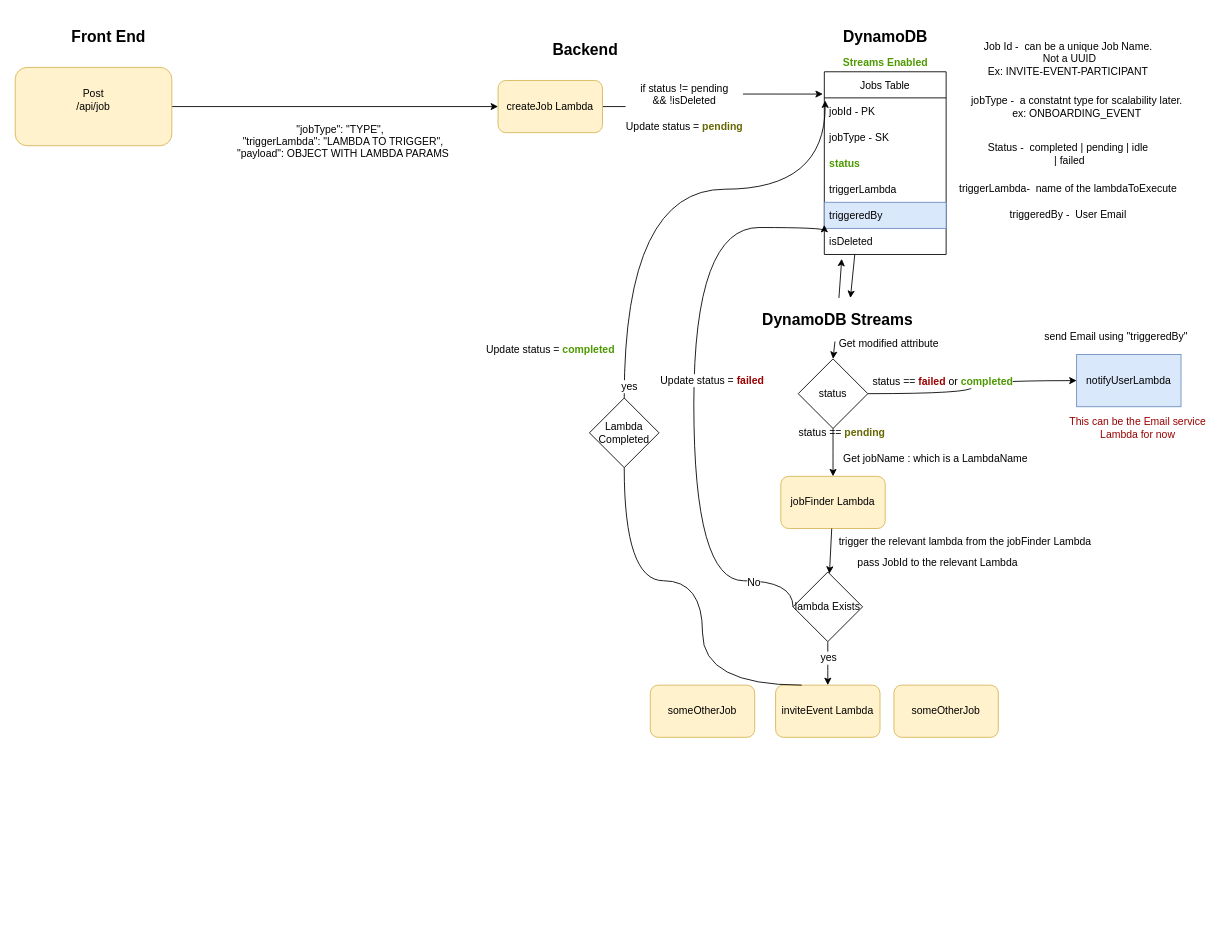
Above: Background Job Flow.drawio in heshanWick/superglu-diagrams (draw.io), before the change. Source tidied: cells renumbered, new cells numbered last; positions are measured from the earlier drawing's top-left corner, leaving out a move shared by most shapes. Both pictures are drawn from the tidied source at 87%, with x=0, y=0 at pixel (15, 15).
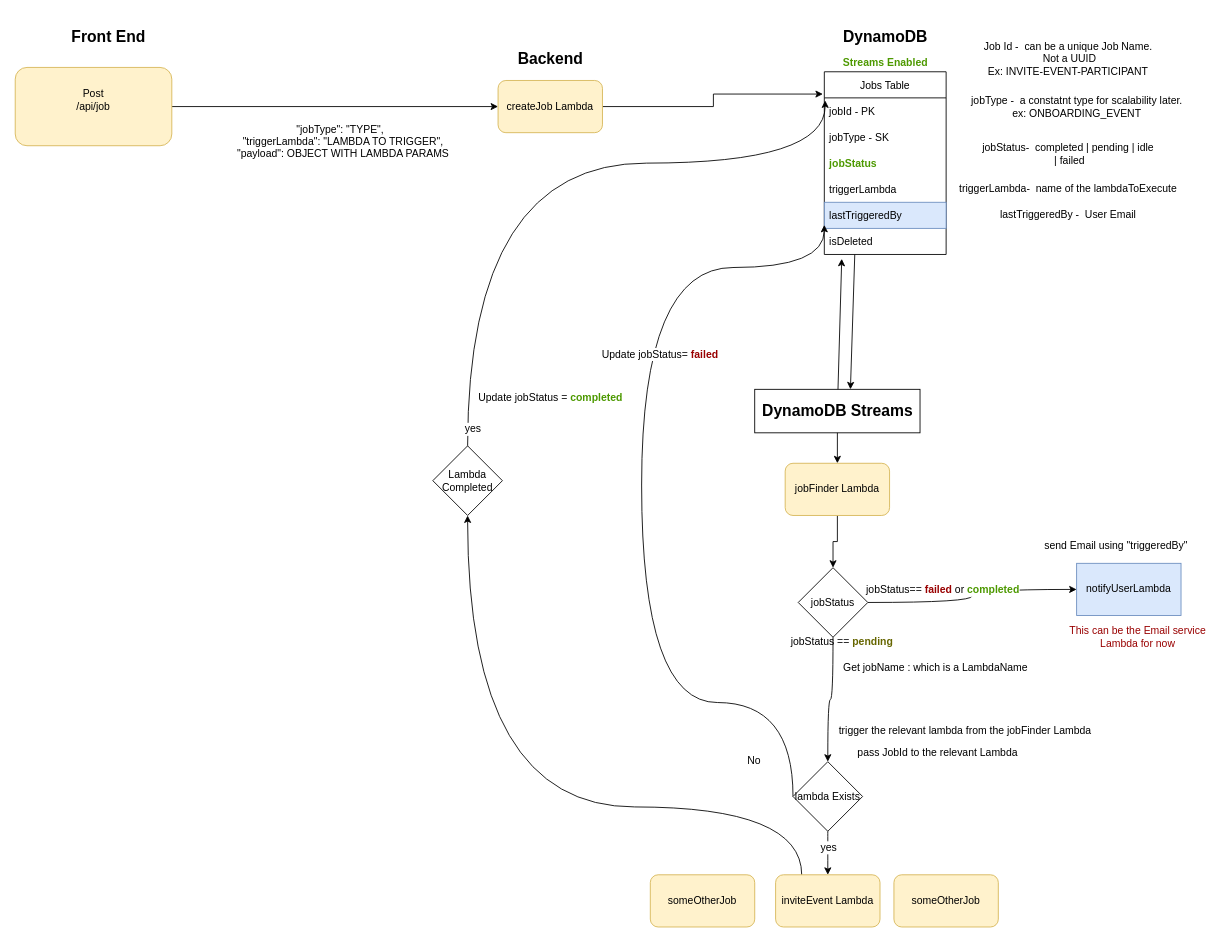
The same diagram, later.

The change refers to these unchanged cells:
```xml
<mxCell id="3" value="Jobs Table" style="swimlane;fontStyle=0;horizontal=1;startSize=30;" parent="1" vertex="1">
  <mxGeometry x="930" y="65" width="140" height="210" as="geometry" />
</mxCell>
<mxCell id="4" value="jobId - PK" style="text;strokeColor=none;fillColor=none;align=left;verticalAlign=middle;spacingLeft=4;spacingRight=4;overflow=hidden;points=[[0,0.5],[1,0.5]];portConstraint=eastwest;" parent="3" vertex="1">
  <mxGeometry y="30" width="140" height="30" as="geometry" />
</mxCell>
<mxCell id="9" value="isDeleted" style="text;strokeColor=none;fillColor=none;align=left;verticalAlign=middle;spacingLeft=4;spacingRight=4;overflow=hidden;points=[[0,0.5],[1,0.5]];portConstraint=eastwest;" parent="3" vertex="1">
  <mxGeometry y="180" width="140" height="30" as="geometry" />
</mxCell>
<mxCell id="13" style="edgeStyle=orthogonalEdgeStyle;rounded=0;jettySize=auto;html=1;fontSize=12;entryX=-0.012;entryY=0.122;entryDx=0;entryDy=0;entryPerimeter=0;" parent="1" edge="1" source="15" target="3">
  <mxGeometry relative="1" as="geometry" />
</mxCell>
<mxCell id="44" style="edgeStyle=orthogonalEdgeStyle;curved=1;rounded=0;jettySize=auto;html=1;fontSize=12;entryX=0;entryY=0.5;entryDx=0;entryDy=0;" parent="1" edge="1" source="46" target="48">
  <mxGeometry relative="1" as="geometry" />
</mxCell>
```

What changed in the source:
```diff
@@
-    <mxCell id="6" value="status" style="text;strokeColor=none;fillColor=none;align=left;verticalAlign=middle;spacingLeft=4;spacingRight=4;overflow=hidden;fontColor=#4D9900;fontStyle=1;" parent="3" vertex="1">
+    <mxCell id="6" value="jobStatus" style="text;strokeColor=none;fillColor=none;align=left;verticalAlign=middle;spacingLeft=4;spacingRight=4;overflow=hidden;fontColor=#4D9900;fontStyle=1;" parent="3" vertex="1">
       <mxGeometry y="90" width="140" height="30" as="geometry" />
     </mxCell>
@@
-    <mxCell id="8" value="triggeredBy" style="text;strokeColor=#6c8ebf;fillColor=#dae8fc;align=left;verticalAlign=middle;spacingLeft=4;spacingRight=4;overflow=hidden;" parent="3" vertex="1">
+    <mxCell id="8" value="lastTriggeredBy" style="text;strokeColor=#6c8ebf;fillColor=#dae8fc;align=left;verticalAlign=middle;spacingLeft=4;spacingRight=4;overflow=hidden;" parent="3" vertex="1">
       <mxGeometry y="150" width="140" height="30" as="geometry" />
     </mxCell>
@@
-    <mxCell id="11" value="&lt;h1 class=&quot;topictitle&quot; id=&quot;Streams&quot; style=&quot;font-size: 18px;&quot;&gt;DynamoDB Streams&lt;/h1&gt;" style="text;html=1;align=center;verticalAlign=middle;points=[];strokeColor=none;fillColor=none;fontSize=18;" parent="1" vertex="1">
-      <mxGeometry x="850" y="325" width="190" height="50" as="geometry" />
+    <mxCell id="11" value="&lt;h1 class=&quot;topictitle&quot; id=&quot;Streams&quot; style=&quot;font-size: 18px;&quot;&gt;DynamoDB Streams&lt;/h1&gt;" style="text;html=1;align=center;verticalAlign=middle;points=[];strokeColor=default;fillColor=none;fontSize=18;" parent="1" vertex="1">
+      <mxGeometry x="850" y="430" width="190" height="50" as="geometry" />
     </mxCell>
     <mxCell id="12" value="&lt;h1 class=&quot;topictitle&quot; id=&quot;Streams&quot; style=&quot;font-size: 18px&quot;&gt;Backend&lt;br&gt;&lt;/h1&gt;" style="text;html=1;align=center;verticalAlign=middle;strokeColor=none;fillColor=none;fontSize=18;" parent="1" vertex="1">
-      <mxGeometry x="610" y="15" width="90" height="50" as="geometry" />
+      <mxGeometry x="570" y="25" width="90" height="50" as="geometry" />
     </mxCell>
@@
-    <mxCell id="14" value="&lt;div&gt;if status != pending &lt;br&gt;&lt;/div&gt;&lt;div&gt;&amp;amp;&amp;amp; !isDeleted&lt;br&gt;&lt;/div&gt;&lt;div&gt;&lt;br&gt;&lt;/div&gt;&lt;div&gt;Update status = &lt;b&gt;&lt;font color=&quot;#666600&quot;&gt;pending&lt;/font&gt;&lt;/b&gt;&lt;br&gt;&lt;/div&gt;" style="edgeLabel;html=1;align=center;verticalAlign=middle;fontSize=12;" parent="13" vertex="1">
-      <mxGeometry x="-0.39" relative="1" as="geometry">
-        <mxPoint x="11" as="offset" />
-      </mxGeometry>
-    </mxCell>
@@
-    <mxCell id="17" value="&lt;div&gt;Status -&amp;nbsp; completed | pending | idle&lt;br&gt;&lt;/div&gt;&amp;nbsp;| failed" style="text;html=1;align=center;verticalAlign=middle;strokeColor=none;fillColor=none;fontSize=12;" parent="1" vertex="1">
-      <mxGeometry x="1110" y="145" width="200" height="30" as="geometry" />
+    <mxCell id="17" value="&lt;div&gt;jobStatus-&amp;nbsp; completed | pending | idle&lt;br&gt;&lt;/div&gt;&amp;nbsp;| failed" style="text;html=1;align=center;verticalAlign=middle;strokeColor=none;fillColor=none;fontSize=12;" parent="1" vertex="1">
+      <mxGeometry x="1100" y="145" width="220" height="30" as="geometry" />
     </mxCell>
@@
-    <mxCell id="21" value="Get modified attribute&lt;br&gt;&amp;nbsp;" style="text;html=1;align=left;verticalAlign=middle;strokeColor=none;fillColor=none;fontSize=12;" parent="1" vertex="1">
-      <mxGeometry x="945" y="370" width="130" height="30" as="geometry" />
-    </mxCell>
-    <mxCell id="22" value="jobFinder Lambda" style="rounded=1;whiteSpace=wrap;html=1;fontSize=12;fillColor=#fff2cc;strokeColor=#d6b656;" parent="1" vertex="1">
-      <mxGeometry x="880" y="530" width="120" height="60" as="geometry" />
-    </mxCell>
-    <mxCell id="23" style="endArrow=classic;html=1;rounded=0;fontSize=12;entryX=0.5;entryY=0;entryDx=0;entryDy=0;" parent="1" edge="1" source="11" target="46">
+    <mxCell id="23" style="endArrow=classic;html=1;rounded=0;fontSize=12;" parent="1" edge="1" source="11" target="22">
       <mxGeometry relative="1" as="geometry" />
     </mxCell>
@@
     <mxCell id="25" value="&lt;div&gt;Get jobName : which is a LambdaName&lt;br&gt;&lt;/div&gt;" style="text;html=1;align=left;verticalAlign=middle;strokeColor=none;fillColor=none;fontSize=12;" parent="1" vertex="1">
-      <mxGeometry x="950" y="500" width="240" height="20" as="geometry" />
+      <mxGeometry x="950" y="740" width="240" height="20" as="geometry" />
     </mxCell>
+    <mxCell id="56" style="edgeStyle=orthogonalEdgeStyle;rounded=0;jettySize=auto;html=1;exitX=0.25;exitY=0;exitDx=0;exitDy=0;entryX=0.5;entryY=1;entryDx=0;entryDy=0;curved=1;" parent="1" edge="1" source="26" target="33">
+      <mxGeometry relative="1" as="geometry">
+        <Array as="points">
+          <mxPoint x="904" y="910" />
+          <mxPoint x="520" y="910" />
+        </Array>
+      </mxGeometry>
+    </mxCell>
     <mxCell id="26" value="inviteEvent Lambda" style="rounded=1;whiteSpace=wrap;html=1;fontSize=12;fillColor=#fff2cc;strokeColor=#d6b656;" parent="1" vertex="1">
-      <mxGeometry x="874" y="770" width="120" height="60" as="geometry" />
+      <mxGeometry x="874" y="988" width="120" height="60" as="geometry" />
     </mxCell>
-    <mxCell id="27" style="endArrow=classic;html=1;rounded=0;fontSize=12;" parent="1" edge="1" source="22" target="41">
-      <mxGeometry relative="1" as="geometry" />
-    </mxCell>
     <mxCell id="28" value="trigger the relevant lambda from the jobFinder Lambda" style="text;html=1;align=left;verticalAlign=middle;strokeColor=none;fillColor=none;fontSize=12;" parent="1" vertex="1">
-      <mxGeometry x="945" y="595" width="310" height="20" as="geometry" />
+      <mxGeometry x="945" y="813" width="310" height="20" as="geometry" />
     </mxCell>
     <mxCell id="29" value="someOtherJob" style="rounded=1;whiteSpace=wrap;html=1;fontSize=12;fillColor=#fff2cc;strokeColor=#d6b656;" parent="1" vertex="1">
-      <mxGeometry x="730" y="770" width="120" height="60" as="geometry" />
+      <mxGeometry x="730" y="988" width="120" height="60" as="geometry" />
     </mxCell>
     <mxCell id="30" value="someOtherJob" style="rounded=1;whiteSpace=wrap;html=1;fontSize=12;fillColor=#fff2cc;strokeColor=#d6b656;" parent="1" vertex="1">
-      <mxGeometry x="1010" y="770" width="120" height="60" as="geometry" />
+      <mxGeometry x="1010" y="988" width="120" height="60" as="geometry" />
     </mxCell>
     <mxCell id="31" style="endArrow=classic;html=1;rounded=0;fontSize=12;exitX=0.5;exitY=0;exitDx=0;exitDy=0;edgeStyle=orthogonalEdgeStyle;curved=1;entryX=0.007;entryY=0.1;entryDx=0;entryDy=0;entryPerimeter=0;startArrow=none;" parent="1" edge="1" source="33" target="4">
       <mxGeometry relative="1" as="geometry">
         <Array as="points">
-          <mxPoint x="700" y="200" />
-          <mxPoint x="931" y="200" />
+          <mxPoint x="520" y="170" />
+          <mxPoint x="931" y="170" />
         </Array>
       </mxGeometry>
     </mxCell>
@@
     <mxCell id="33" value="&lt;div&gt;Lambda&lt;/div&gt;&lt;div&gt;Completed&lt;br&gt;&lt;/div&gt;" style="rhombus;whiteSpace=wrap;html=1;fontSize=12;" parent="1" vertex="1">
-      <mxGeometry x="660" y="440" width="80" height="80" as="geometry" />
+      <mxGeometry x="480" y="495" width="80" height="80" as="geometry" />
     </mxCell>
-    <mxCell id="34" style="endArrow=none;html=1;rounded=0;fontSize=12;exitX=0.25;exitY=0;exitDx=0;exitDy=0;edgeStyle=orthogonalEdgeStyle;curved=1;" parent="1" edge="1" source="26">
-      <mxGeometry relative="1" as="geometry">
-        <mxPoint x="700" y="520" as="targetPoint" />
-        <Array as="points">
-          <mxPoint x="790" y="770" />
-          <mxPoint x="790" y="650" />
-          <mxPoint x="700" y="650" />
-        </Array>
-      </mxGeometry>
-    </mxCell>
     <mxCell id="35" value="pass JobId to the relevant Lambda" style="text;html=1;align=center;verticalAlign=middle;strokeColor=none;fillColor=none;fontSize=12;" parent="1" vertex="1">
-      <mxGeometry x="960" y="620" width="200" height="20" as="geometry" />
+      <mxGeometry x="960" y="838" width="200" height="20" as="geometry" />
     </mxCell>
@@
     <mxCell id="38" style="edgeStyle=orthogonalEdgeStyle;curved=1;rounded=0;jettySize=auto;html=1;fontSize=12;entryX=0;entryY=-0.133;entryDx=0;entryDy=0;entryPerimeter=0;exitX=0;exitY=0.5;exitDx=0;exitDy=0;" parent="1" edge="1" source="41" target="9">
       <mxGeometry relative="1" as="geometry">
         <Array as="points">
-          <mxPoint x="894" y="650" />
-          <mxPoint x="780" y="650" />
-          <mxPoint x="780" y="244" />
-          <mxPoint x="930" y="244" />
+          <mxPoint x="894" y="790" />
+          <mxPoint x="720" y="790" />
+          <mxPoint x="720" y="290" />
+          <mxPoint x="930" y="290" />
         </Array>
       </mxGeometry>
     </mxCell>
@@
-    <mxCell id="40" value="Update status = &lt;b&gt;&lt;font color=&quot;#990000&quot;&gt;failed&lt;/font&gt;&lt;/b&gt;" style="edgeLabel;html=1;align=center;verticalAlign=middle;fontSize=12;" parent="38" vertex="1">
+    <mxCell id="40" value="Update jobStatus= &lt;b&gt;&lt;font color=&quot;#990000&quot;&gt;failed&lt;/font&gt;&lt;/b&gt;" style="edgeLabel;html=1;align=center;verticalAlign=middle;fontSize=12;" parent="38" vertex="1">
       <mxGeometry x="-0.02" y="-1" relative="1" as="geometry">
-        <mxPoint x="19" y="-31" as="offset" />
+        <mxPoint x="19" y="-173" as="offset" />
       </mxGeometry>
     </mxCell>
     <mxCell id="41" value="lambda Exists" style="rhombus;whiteSpace=wrap;html=1;fontSize=12;" parent="1" vertex="1">
-      <mxGeometry x="894" y="640" width="80" height="80" as="geometry" />
+      <mxGeometry x="894" y="858" width="80" height="80" as="geometry" />
     </mxCell>
-    <mxCell id="42" value="Update status = &lt;font color=&quot;#4D9900&quot;&gt;&lt;b&gt;completed&lt;/b&gt;&lt;/font&gt;" style="text;html=1;align=center;verticalAlign=middle;strokeColor=none;fillColor=none;fontSize=12;" parent="1" vertex="1">
-      <mxGeometry x="530" y="375" width="170" height="20" as="geometry" />
+    <mxCell id="42" value="Update jobStatus = &lt;font color=&quot;#4D9900&quot;&gt;&lt;b&gt;completed&lt;/b&gt;&lt;/font&gt;" style="text;html=1;align=center;verticalAlign=middle;strokeColor=none;fillColor=none;fontSize=12;" parent="1" vertex="1">
+      <mxGeometry x="525" y="430" width="180" height="20" as="geometry" />
     </mxCell>
-    <mxCell id="43" style="edgeStyle=orthogonalEdgeStyle;curved=1;rounded=0;jettySize=auto;html=1;fontSize=12;" parent="1" edge="1" source="46" target="22">
-      <mxGeometry relative="1" as="geometry">
-        <Array as="points">
-          <mxPoint x="940" y="470" />
-          <mxPoint x="940" y="470" />
-        </Array>
-      </mxGeometry>
+    <mxCell id="43" style="edgeStyle=orthogonalEdgeStyle;curved=1;rounded=0;jettySize=auto;html=1;fontSize=12;entryX=0.5;entryY=0;entryDx=0;entryDy=0;" parent="1" edge="1" source="46" target="41">
+      <mxGeometry relative="1" as="geometry" />
     </mxCell>
@@
-    <mxCell id="45" value="status == &lt;b&gt;&lt;font color=&quot;#990000&quot;&gt;failed &lt;/font&gt;&lt;/b&gt;or &lt;b&gt;&lt;font color=&quot;#4D9900&quot;&gt;completed&lt;/font&gt;&lt;/b&gt;" style="edgeLabel;html=1;align=center;verticalAlign=middle;fontSize=12;" parent="44" vertex="1">
+    <mxCell id="45" value="jobStatus== &lt;b&gt;&lt;font color=&quot;#990000&quot;&gt;failed &lt;/font&gt;&lt;/b&gt;or &lt;b&gt;&lt;font color=&quot;#4D9900&quot;&gt;completed&lt;/font&gt;&lt;/b&gt;" style="edgeLabel;html=1;align=center;verticalAlign=middle;fontSize=12;" parent="44" vertex="1">
       <mxGeometry x="-0.64" y="4" relative="1" as="geometry">
         <mxPoint x="39" y="-11" as="offset" />
       </mxGeometry>
     </mxCell>
-    <mxCell id="46" value="status" style="rhombus;whiteSpace=wrap;html=1;fontSize=12;" parent="1" vertex="1">
-      <mxGeometry x="900" y="395" width="80" height="80" as="geometry" />
+    <mxCell id="46" value="jobStatus" style="rhombus;whiteSpace=wrap;html=1;fontSize=12;" parent="1" vertex="1">
+      <mxGeometry x="900" y="635" width="80" height="80" as="geometry" />
     </mxCell>
-    <mxCell id="47" value="status == &lt;b&gt;&lt;font color=&quot;#666600&quot;&gt;pending&lt;/font&gt;&lt;/b&gt;" style="text;html=1;align=center;verticalAlign=middle;strokeColor=none;fillColor=none;fontSize=12;" parent="1" vertex="1">
-      <mxGeometry x="895" y="470" width="110" height="20" as="geometry" />
+    <mxCell id="47" value="jobStatus == &lt;b&gt;&lt;font color=&quot;#666600&quot;&gt;pending&lt;/font&gt;&lt;/b&gt;" style="text;html=1;align=center;verticalAlign=middle;strokeColor=none;fillColor=none;fontSize=12;" parent="1" vertex="1">
+      <mxGeometry x="885" y="710" width="130" height="20" as="geometry" />
     </mxCell>
     <mxCell id="48" value="notifyUserLambda" style="rounded=0;whiteSpace=wrap;html=1;fontSize=12;fillColor=#dae8fc;strokeColor=#6c8ebf;" parent="1" vertex="1">
-      <mxGeometry x="1220" y="390" width="120" height="60" as="geometry" />
+      <mxGeometry x="1220" y="630" width="120" height="60" as="geometry" />
     </mxCell>
-    <mxCell id="49" value="triggeredBy -&amp;nbsp; User Email" style="text;html=1;align=center;verticalAlign=middle;strokeColor=none;fillColor=none;fontSize=12;" parent="1" vertex="1">
-      <mxGeometry x="1135" y="220" width="150" height="20" as="geometry" />
+    <mxCell id="49" value="lastTriggeredBy -&amp;nbsp; User Email" style="text;html=1;align=center;verticalAlign=middle;strokeColor=none;fillColor=none;fontSize=12;" parent="1" vertex="1">
+      <mxGeometry x="1120" y="220" width="180" height="20" as="geometry" />
     </mxCell>
     <mxCell id="50" value="send Email using &quot;triggeredBy&quot;" style="text;html=1;align=center;verticalAlign=middle;strokeColor=none;fillColor=none;fontSize=12;" parent="1" vertex="1">
-      <mxGeometry x="1170" y="360" width="190" height="20" as="geometry" />
+      <mxGeometry x="1170" y="600" width="190" height="20" as="geometry" />
     </mxCell>
     <mxCell id="51" value="&lt;div&gt;This can be the Email service &lt;br&gt;&lt;/div&gt;&lt;div&gt;Lambda for now&lt;br&gt;&lt;/div&gt;" style="text;html=1;align=center;verticalAlign=middle;strokeColor=none;fillColor=none;fontSize=12;fontColor=#990000;" parent="1" vertex="1">
-      <mxGeometry x="1200" y="460" width="180" height="30" as="geometry" />
+      <mxGeometry x="1200" y="700" width="180" height="30" as="geometry" />
     </mxCell>
@@
+    <mxCell id="57" style="edgeStyle=orthogonalEdgeStyle;rounded=0;jettySize=auto;html=1;entryX=0.5;entryY=0;entryDx=0;entryDy=0;exitX=0.5;exitY=1;exitDx=0;exitDy=0;" parent="1" edge="1" source="22" target="46">
+      <mxGeometry relative="1" as="geometry" />
+    </mxCell>
+    <mxCell id="22" value="jobFinder Lambda" style="rounded=1;whiteSpace=wrap;html=1;fontSize=12;fillColor=#fff2cc;strokeColor=#d6b656;" parent="1" vertex="1">
+      <mxGeometry x="885" y="515" width="120" height="60" as="geometry" />
+    </mxCell>
```
